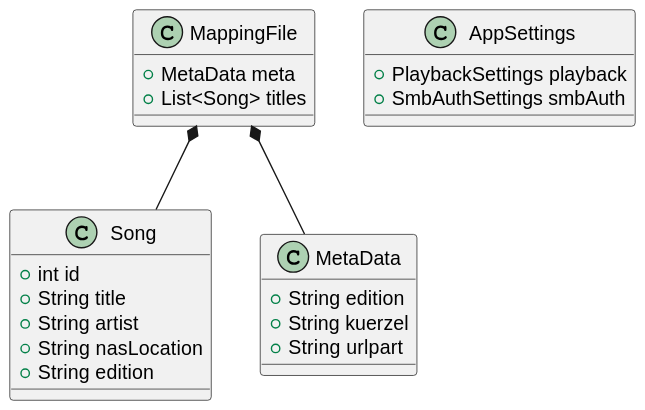
This is docs/architecture/diagrams/out/03_class.svg from kindermaenner/play-my-music, a PlantUML export, as it was before one commit.
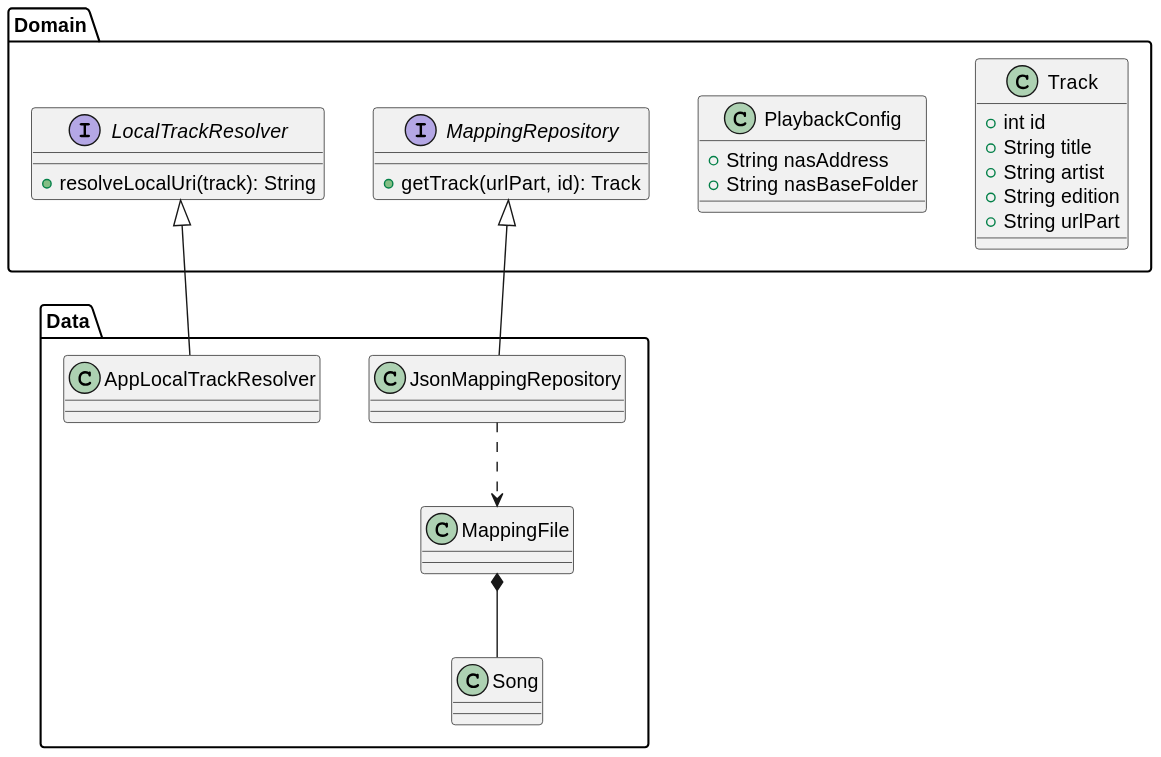
After the change.

Change to the diagram source:
```diff
@@ -1,28 +1,37 @@
 @startuml
-class Song {
-    +int id
-    +String title
-    +String artist
-    +String nasLocation
-    +String edition
+package "Domain" {
+    class Track {
+        +int id
+        +String title
+        +String artist
+        +String edition
+        +String urlPart
+    }
+
+    class PlaybackConfig {
+        +String nasAddress
+        +String nasBaseFolder
+    }
+
+    interface MappingRepository {
+        +getTrack(urlPart, id): Track
+    }
+
+    interface LocalTrackResolver {
+        +resolveLocalUri(track): String
+    }
 }
 
-class MappingFile {
-    +MetaData meta
-    +List<Song> titles
+package "Data" {
+    class JsonMappingRepository
+    class AppLocalTrackResolver
+    class MappingFile
+    class Song
 }
 
-class MetaData {
-    +String edition
-    +String kuerzel
-    +String urlpart
-}
+MappingRepository <|-- JsonMappingRepository
+LocalTrackResolver <|-- AppLocalTrackResolver
 
-class AppSettings {
-    +PlaybackSettings playback
-    +SmbAuthSettings smbAuth
-}
-
-MappingFile *-- MetaData
+JsonMappingRepository ..> MappingFile
 MappingFile *-- Song
 @enduml
```
